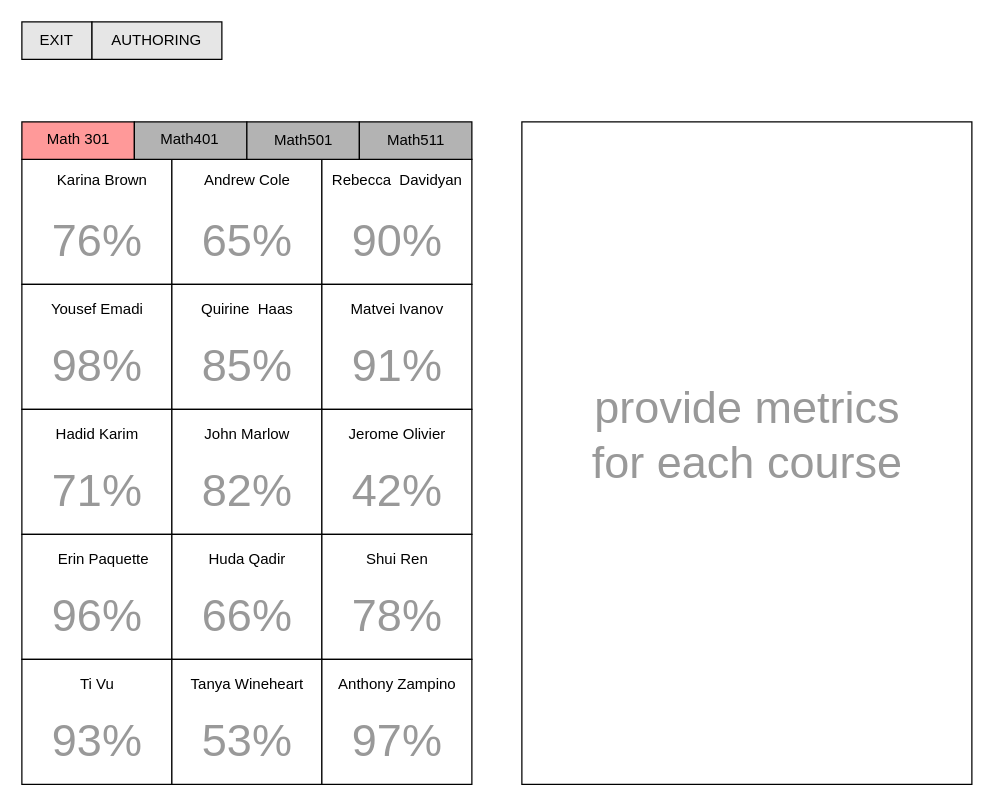
Before: page "teacherMain" (2 of 6) of Untitled Diagram.drawio in Yousef-Emadi/ZOE-Website, a draw.io diagram. Source tidied: cells renumbered, new cells numbered last; positions are measured from the earlier drawing's top-left corner, leaving out a move shared by most shapes. Both pictures are drawn from the tidied source at 125%, with x=0, y=0 at pixel (21, 21).
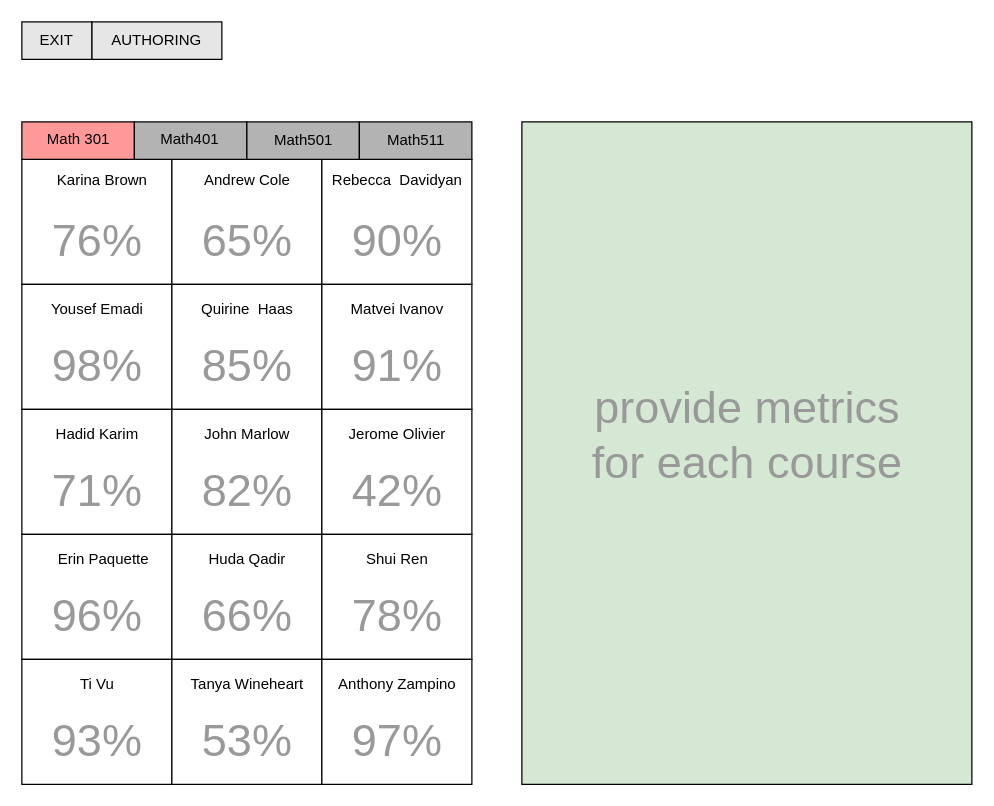
The same page after the edit.

What changed in the source:
```diff
@@
-    <mxCell id="55" style="rounded=0;whiteSpace=wrap;html=1;fontSize=36;" parent="1" vertex="1">
+    <mxCell id="55" style="rounded=0;whiteSpace=wrap;html=1;fontSize=36;fillColor=#D5E8D4;" parent="1" vertex="1">
       <mxGeometry x="400" y="80" width="360" height="530" as="geometry" />
     </mxCell>
```
